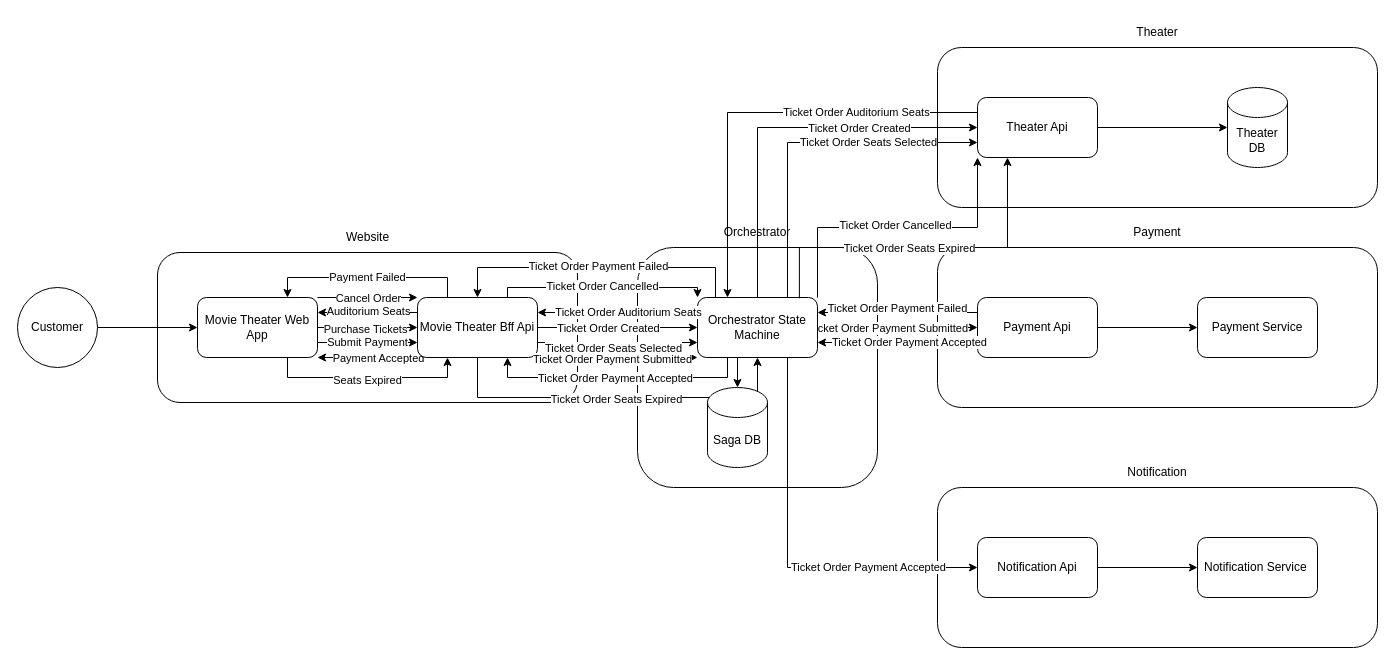
Above: page "Third Draft" (4 of 4) of MovieMicroservice.drawio in Onyx3910/Movie-Microservice (draw.io), before the change. Source tidied: cells renumbered, new cells numbered last; positions are measured from the earlier drawing's top-left corner, leaving out a move shared by most shapes. Both pictures are drawn from the tidied source at 100%, with x=0, y=0 at pixel (17, 17).
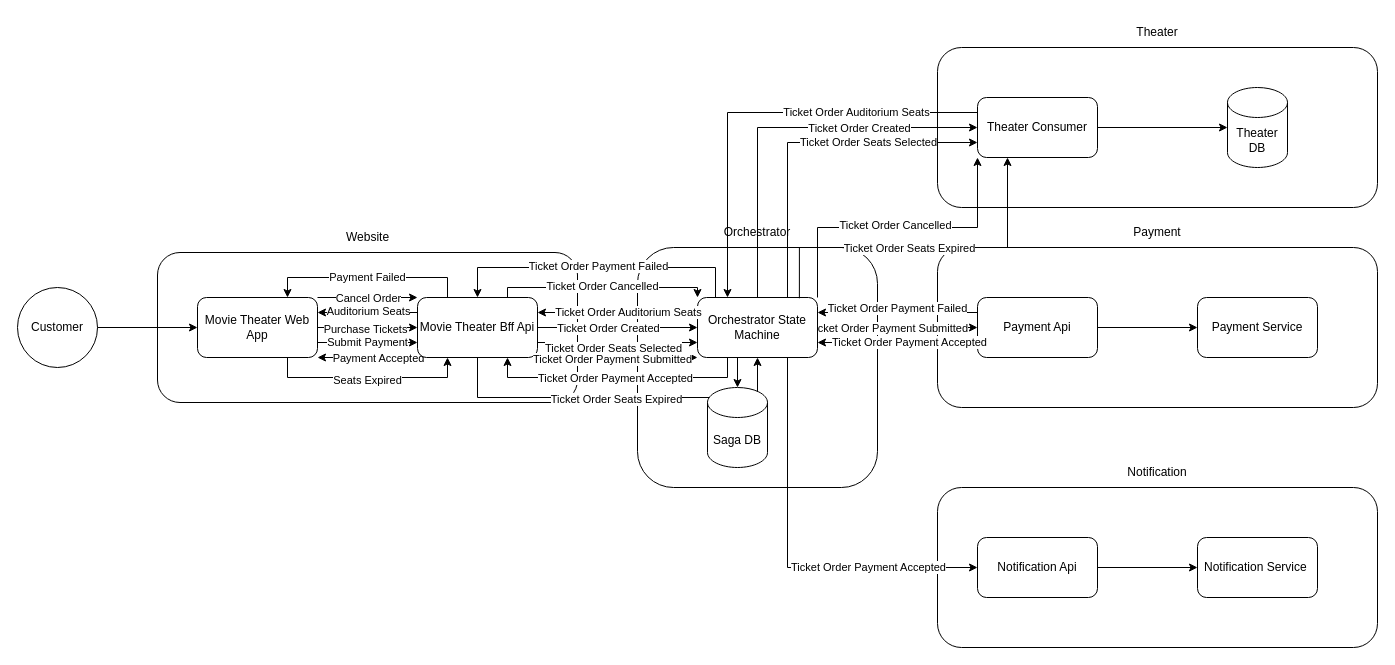
The same page after the edit.

Diff of the diagram source:
```diff
@@
-    <mxCell id="61" value="Theater Api" style="rounded=1;whiteSpace=wrap;html=1;" parent="1" vertex="1">
+    <mxCell id="61" value="Theater Consumer" style="rounded=1;whiteSpace=wrap;html=1;" parent="1" vertex="1">
       <mxGeometry x="960" y="80" width="120" height="60" as="geometry" />
     </mxCell>
```
